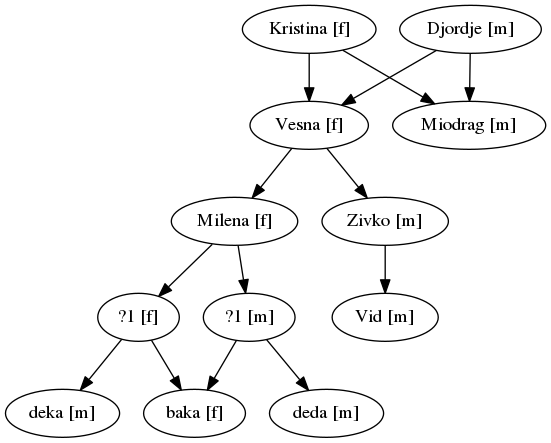
DjordjeR/esp_ass keeps this Graphviz diagram as djordje.png. Above is the earlier version. Its source is kept beside it as djordje.dot.
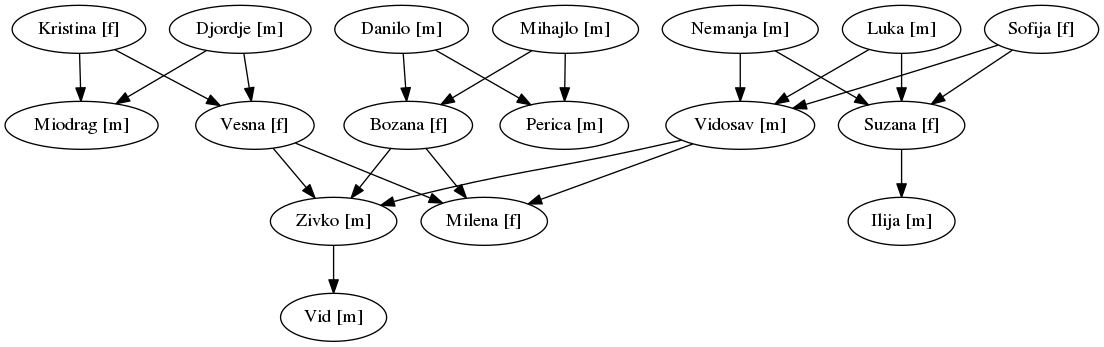
After the change.

The edit, as a diff of the source:
```diff
@@ -1,13 +1,30 @@
 digraph FamilyTree
 {
-  "Kristina [f]" -> "Vesna [f]";
-  "Kristina [f]" -> "Miodrag [m]";
+  "Djordje [m]" -> "Vesna [f]";
+  "Djordje [m]" -> "Miodrag [m]";
   "Vesna [f]" -> "Milena [f]";
   "Vesna [f]" -> "Zivko [m]";
   "Miodrag [m]";
-  "Djordje [m]" -> "Vesna [f]";
-  "Djordje [m]" -> "Miodrag [m]";
   "Milena [f]";
   "Zivko [m]" -> "Vid [m]";
   "Vid [m]";
+  "Kristina [f]" -> "Vesna [f]";
+  "Kristina [f]" -> "Miodrag [m]";
+  "Vidosav [m]" -> "Milena [f]";
+  "Vidosav [m]" -> "Zivko [m]";
+  "Nemanja [m]" -> "Suzana [f]";
+  "Nemanja [m]" -> "Vidosav [m]";
+  "Suzana [f]" -> "Ilija [m]";
+  "Ilija [m]";
+  "Luka [m]" -> "Suzana [f]";
+  "Luka [m]" -> "Vidosav [m]";
+  "Sofija [f]" -> "Suzana [f]";
+  "Sofija [f]" -> "Vidosav [m]";
+  "Bozana [f]" -> "Milena [f]";
+  "Bozana [f]" -> "Zivko [m]";
+  "Danilo [m]" -> "Bozana [f]";
+  "Danilo [m]" -> "Perica [m]";
+  "Mihajlo [m]" -> "Bozana [f]";
+  "Mihajlo [m]" -> "Perica [m]";
+  "Perica [m]";
 }
```
